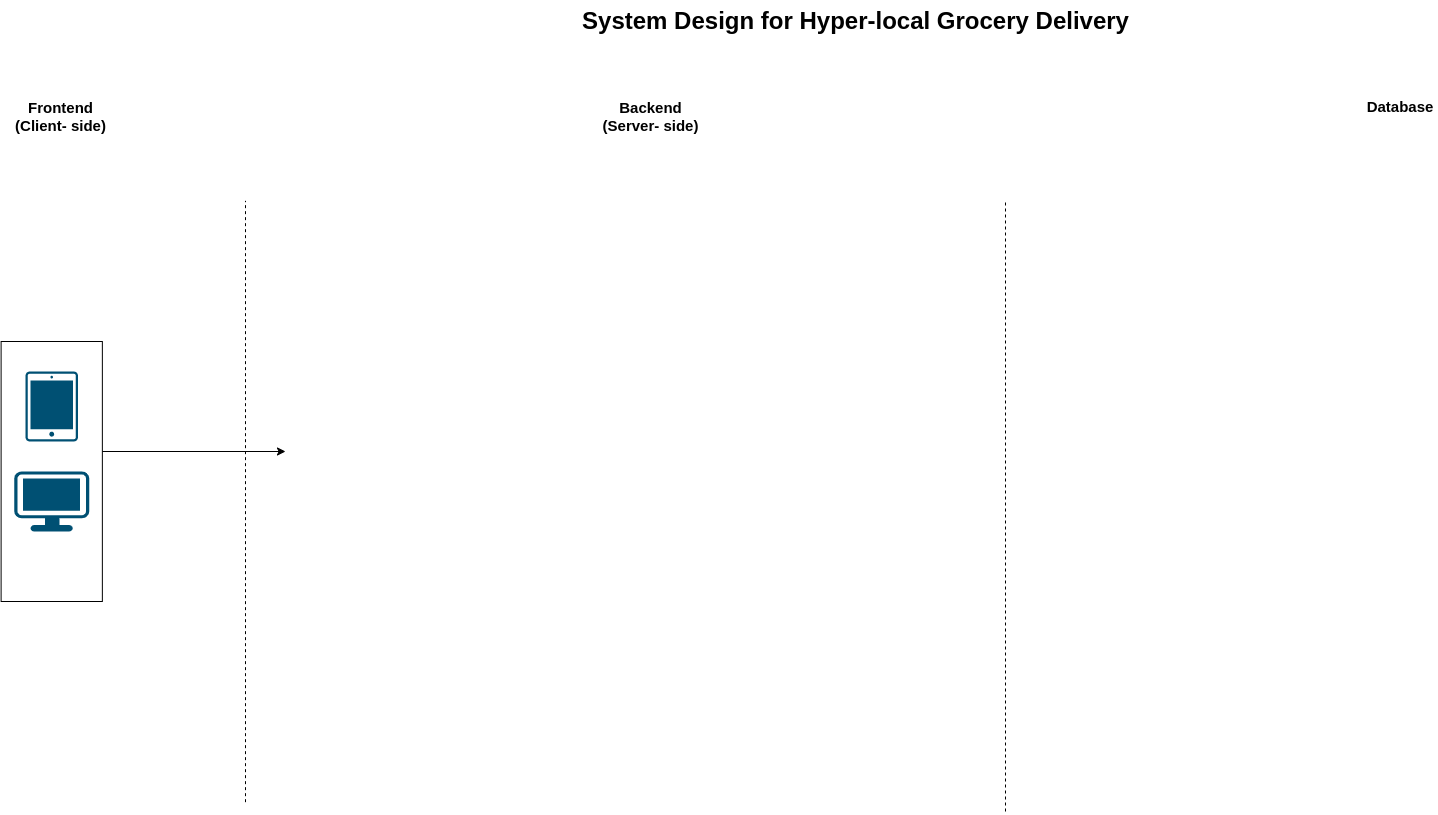
rushikesh-mallanath/draw keeps this draw.io diagram as mytask.drawio.png. Above is the earlier version. Source tidied: cells renumbered, new cells last; positions are measured from the earlier drawing's top-left corner, leaving out a move shared by most shapes.
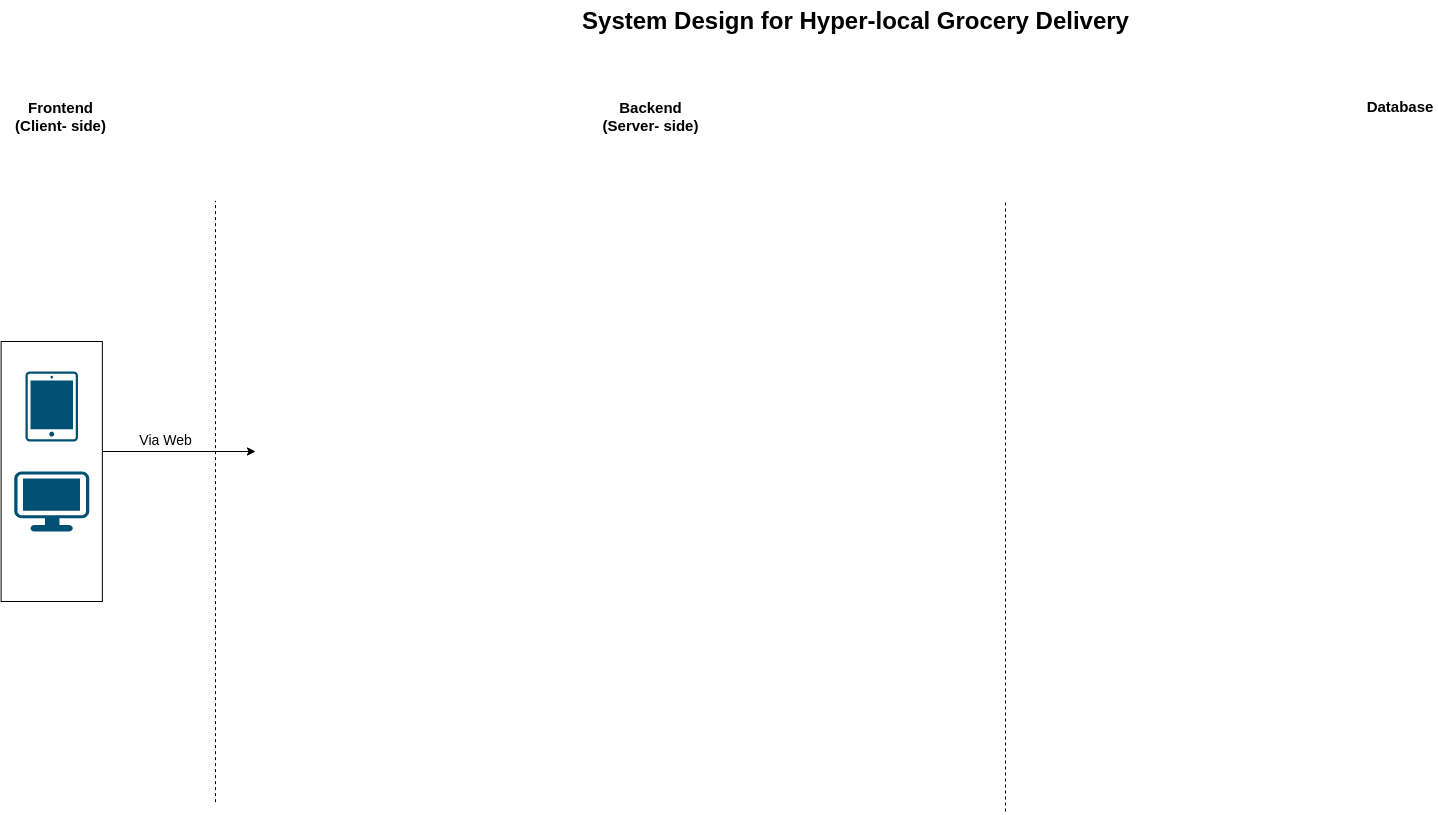
After the change.

Diff of the diagram source:
```diff
@@ -7,11 +7,11 @@
     </mxCell>
     <mxCell id="3" style="endArrow=none;dashed=1;html=1;rounded=0;" parent="1" edge="1">
       <mxGeometry relative="1" as="geometry">
-        <mxPoint x="244" y="800.7" as="sourcePoint" />
-        <mxPoint x="244" y="199.3" as="targetPoint" />
+        <mxPoint x="214" y="800.7" as="sourcePoint" />
+        <mxPoint x="214" y="199.3" as="targetPoint" />
         <Array as="points">
-          <mxPoint x="244" y="369.3" />
-          <mxPoint x="244" y="269.3" />
+          <mxPoint x="214" y="369.3" />
+          <mxPoint x="214" y="269.3" />
         </Array>
       </mxGeometry>
     </mxCell>
@@ -42,8 +42,11 @@
     <mxCell id="11" style="endArrow=classic;html=1;rounded=0;" parent="1" edge="1">
       <mxGeometry relative="1" as="geometry">
         <mxPoint x="100.9" y="450" as="sourcePoint" />
-        <mxPoint x="284" y="450" as="targetPoint" />
+        <mxPoint x="254" y="450" as="targetPoint" />
       </mxGeometry>
     </mxCell>
+    <mxCell id="12" value="&lt;font style=&quot;font-size: 14px;&quot;&gt;Via Web&lt;/font&gt;" style="text;html=1;align=center;verticalAlign=middle;strokeColor=none;fillColor=none;" parent="1" vertex="1">
+      <mxGeometry x="124" y="424" width="80" height="30" as="geometry" />
+    </mxCell>
   </root>
 </mxGraphModel>
```
